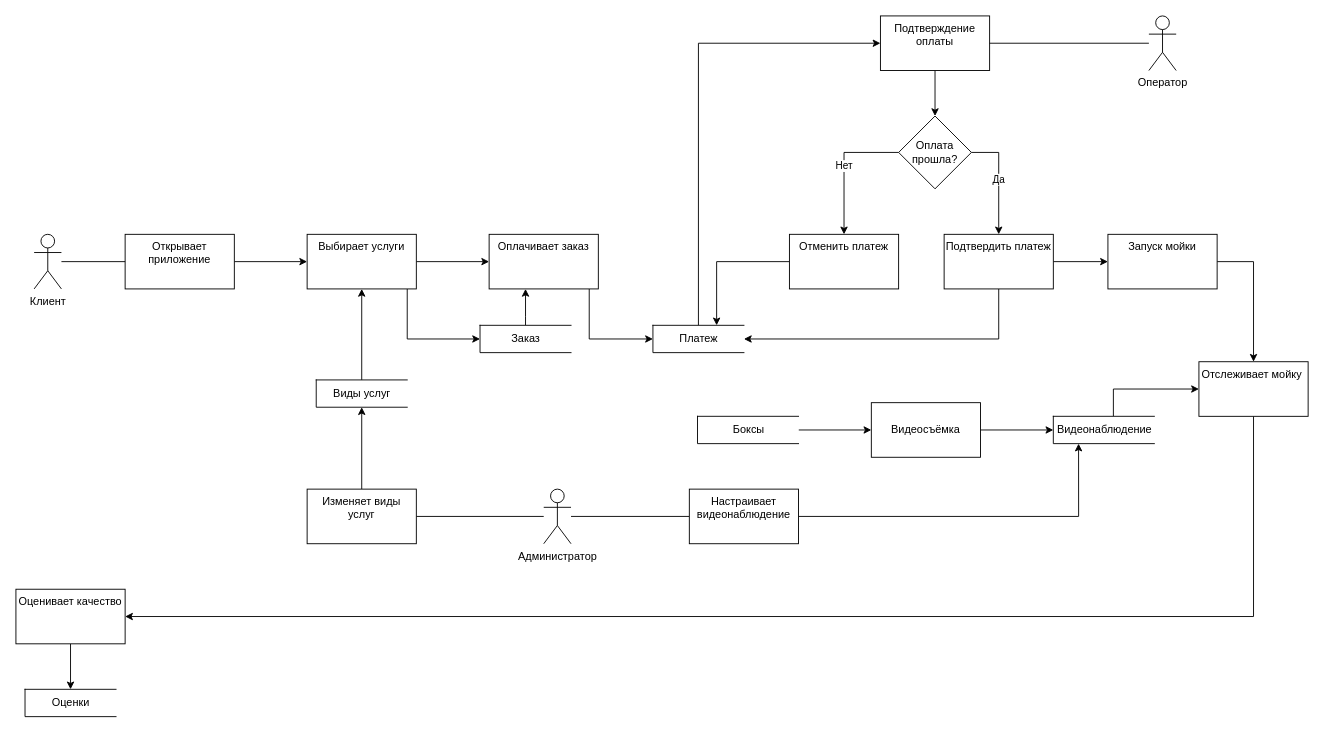
The draw.io diagram page "DFD" (2 of 4) of Diagram_1.drawio in vitaliyepikhin/Automated-Car-Wash, before the edit. Source tidied: cells renumbered, new cells numbered last; positions are measured from the earlier drawing's top-left corner, leaving out a move shared by most shapes. Both pictures are drawn from the tidied source at 91%, with x=0, y=0 at pixel (15, 15).
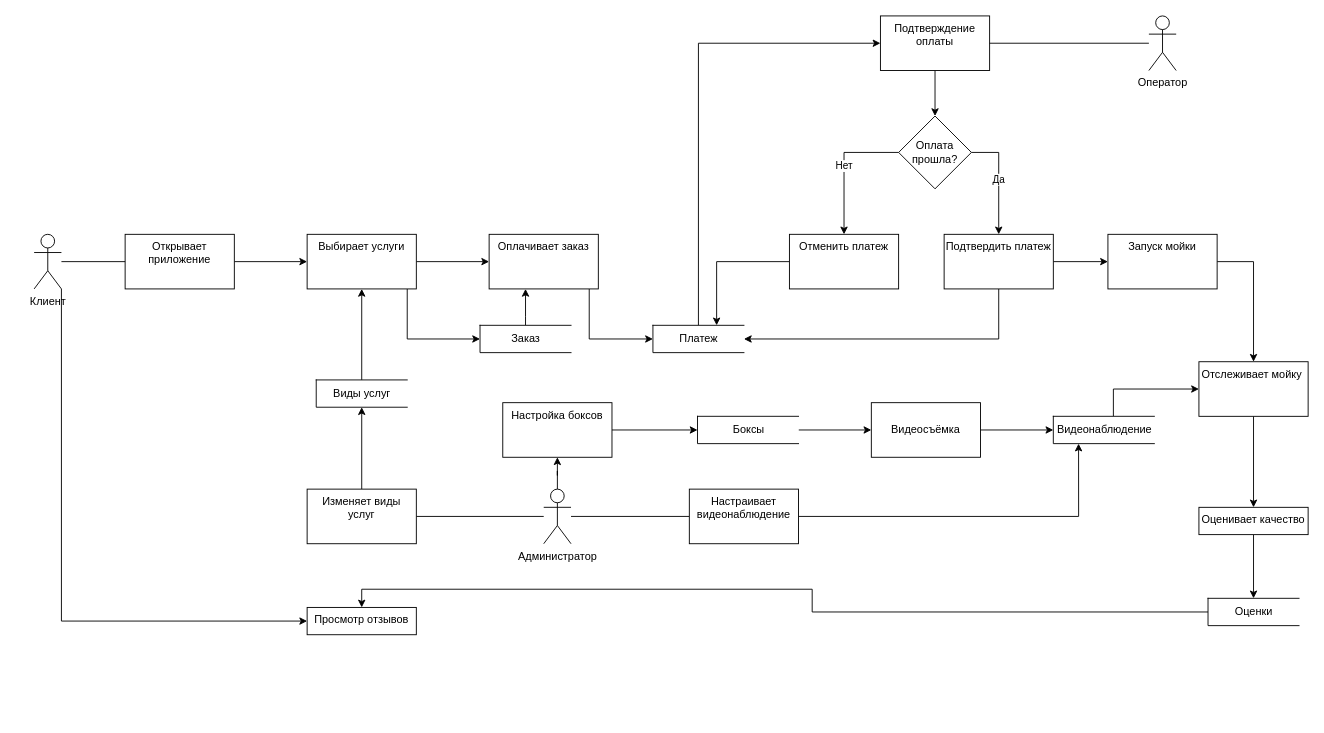
The same page after the edit.

The change refers to these unchanged cells:
```xml
<mxCell id="2" value="Клиент" style="shape=umlActor;verticalLabelPosition=bottom;verticalAlign=top;html=1;outlineConnect=0;" parent="1" vertex="1">
  <mxGeometry x="20" y="240" width="30" height="60" as="geometry" />
</mxCell>
<mxCell id="13" value="Отслеживает мойку&amp;nbsp;" style="whiteSpace=wrap;html=1;verticalAlign=top;" parent="1" vertex="1">
  <mxGeometry x="1300" y="380" width="120" height="60" as="geometry" />
</mxCell>
<mxCell id="40" value="Администратор" style="shape=umlActor;verticalLabelPosition=bottom;verticalAlign=top;html=1;outlineConnect=0;" parent="1" vertex="1">
  <mxGeometry x="580" y="520" width="30" height="60" as="geometry" />
</mxCell>
<mxCell id="46" value="Боксы" style="html=1;dashed=0;whitespace=wrap;shape=partialRectangle;right=0;" parent="1" vertex="1">
  <mxGeometry x="749" y="440" width="111" height="30" as="geometry" />
</mxCell>
```

Change to the diagram source:
```diff
@@
+    <mxCell id="49" style="edgeStyle=orthogonalEdgeStyle;rounded=0;jettySize=auto;html=1;" parent="1" edge="1" source="2" target="54">
+      <mxGeometry relative="1" as="geometry">
+        <Array as="points">
+          <mxPoint x="50" y="665" />
+        </Array>
+      </mxGeometry>
+    </mxCell>
@@
     <mxCell id="12" style="edgeStyle=orthogonalEdgeStyle;rounded=0;jettySize=auto;html=1;" parent="1" edge="1" source="13" target="15">
-      <mxGeometry relative="1" as="geometry">
-        <Array as="points">
-          <mxPoint x="1360" y="660" />
-          <mxPoint x="60" y="660" />
-        </Array>
-      </mxGeometry>
+      <mxGeometry relative="1" as="geometry" />
     </mxCell>
@@
     <mxCell id="15" value="Оценивает качество" style="whiteSpace=wrap;html=1;verticalAlign=top;" parent="1" vertex="1">
-      <mxGeometry y="630" width="120" height="60" as="geometry" />
+      <mxGeometry x="1300" y="540" width="120" height="30" as="geometry" />
     </mxCell>
@@
+    <mxCell id="50" style="edgeStyle=orthogonalEdgeStyle;rounded=0;jettySize=auto;html=1;entryX=0.5;entryY=0;entryDx=0;entryDy=0;" parent="1" edge="1" source="19" target="54">
+      <mxGeometry relative="1" as="geometry" />
+    </mxCell>
     <mxCell id="19" value="Оценки" style="html=1;dashed=0;whitespace=wrap;shape=partialRectangle;right=0;" parent="1" vertex="1">
-      <mxGeometry x="10" y="740" width="100" height="30" as="geometry" />
+      <mxGeometry x="1310" y="640" width="100" height="30" as="geometry" />
     </mxCell>
@@
+    <mxCell id="51" style="edgeStyle=orthogonalEdgeStyle;rounded=0;jettySize=auto;html=1;" parent="1" edge="1" source="40" target="53">
+      <mxGeometry relative="1" as="geometry" />
+    </mxCell>
@@
+    <mxCell id="52" style="rounded=0;jettySize=auto;html=1;" parent="1" edge="1" source="53" target="46">
+      <mxGeometry relative="1" as="geometry" />
+    </mxCell>
+    <mxCell id="53" value="Настройка боксов" style="whiteSpace=wrap;html=1;verticalAlign=top;" parent="1" vertex="1">
+      <mxGeometry x="535" y="425" width="120" height="60" as="geometry" />
+    </mxCell>
+    <mxCell id="54" value="Просмотр отзывов" style="whiteSpace=wrap;html=1;verticalAlign=top;" parent="1" vertex="1">
+      <mxGeometry x="320" y="650" width="120" height="30" as="geometry" />
+    </mxCell>
```
